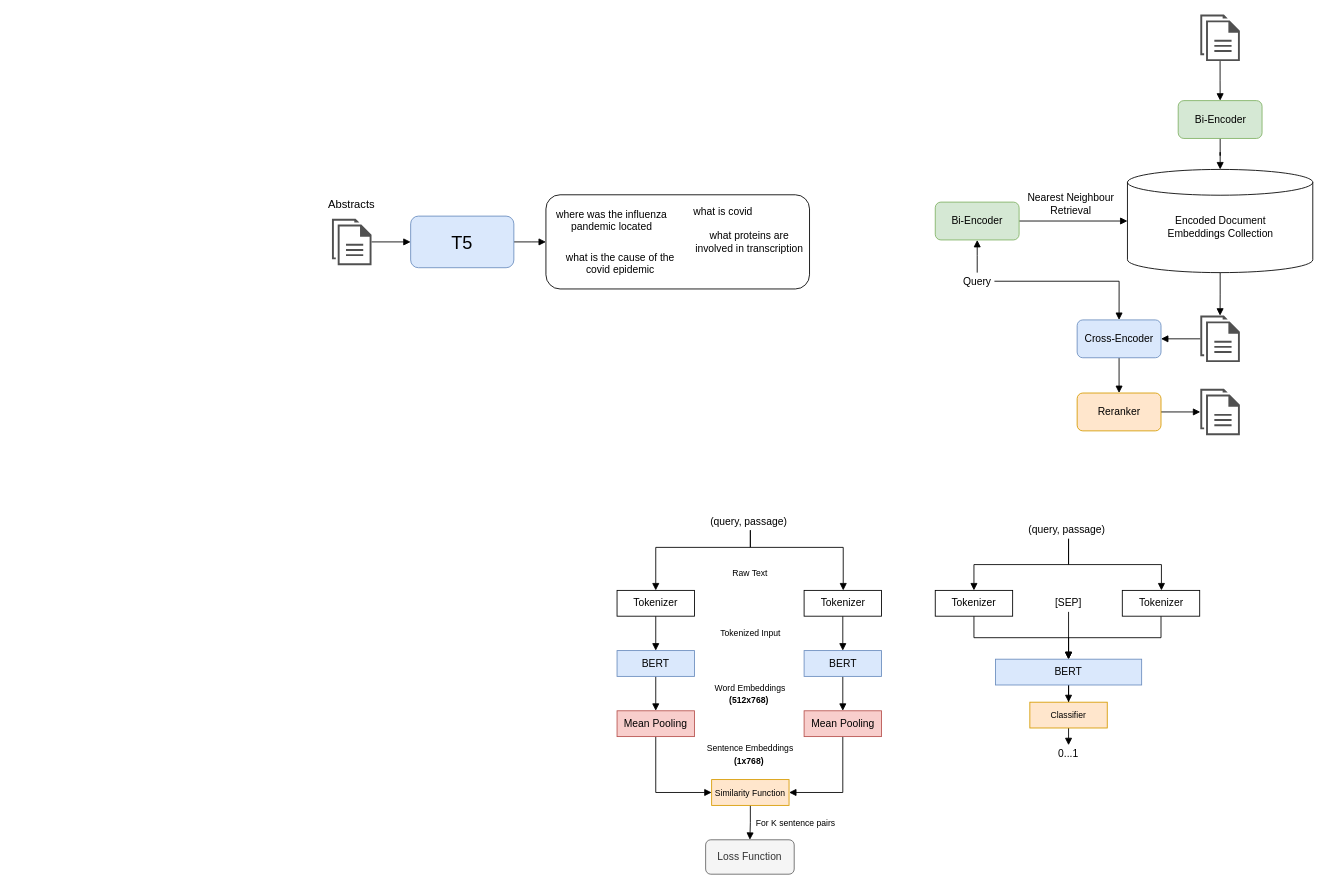
Above: figures/Model.drawio in thatsnoi/CovidSearch (draw.io), before the change. Source tidied: cells renumbered, new cells numbered last; positions are measured from the earlier drawing's top-left corner, leaving out a move shared by most shapes. Both pictures are drawn from the tidied source at 86%, with x=0, y=0 at pixel (324, 14).
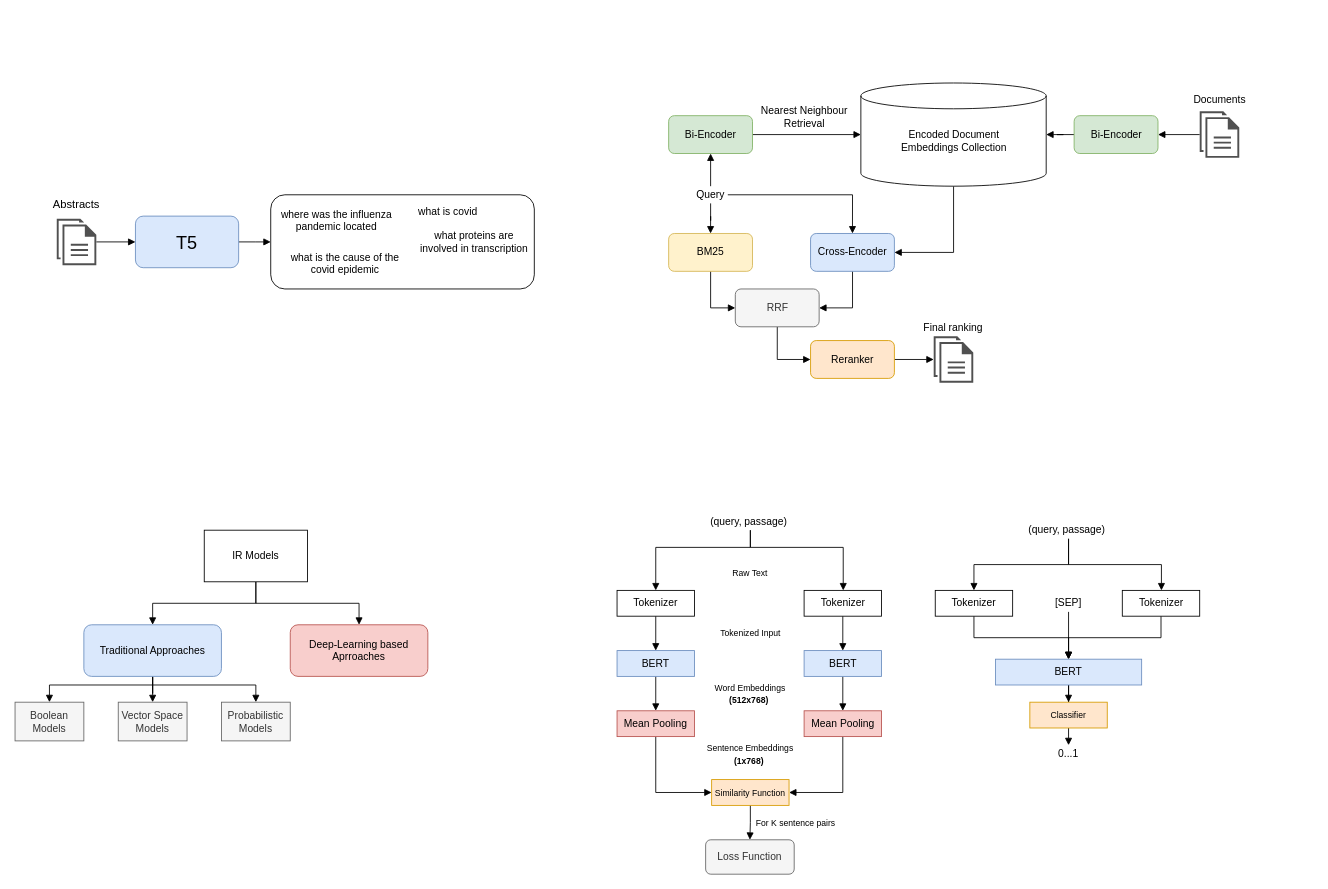
After the change.

Diff of the diagram source:
```diff
@@
     <mxCell id="3" value="&lt;font style=&quot;font-size: 21px&quot;&gt;T5&lt;/font&gt;" style="rounded=1;whiteSpace=wrap;html=1;fillColor=#dae8fc;strokeColor=#6c8ebf;" parent="1" vertex="1">
-      <mxGeometry x="100" y="234.8" width="120" height="60" as="geometry" />
+      <mxGeometry x="-220" y="234.8" width="120" height="60" as="geometry" />
     </mxCell>
@@
     <mxCell id="5" style="shadow=0;dashed=0;html=1;strokeColor=none;fillColor=#505050;labelPosition=center;verticalLabelPosition=bottom;verticalAlign=top;outlineConnect=0;align=center;shape=mxgraph.office.concepts.documents;" parent="1" vertex="1">
-      <mxGeometry x="8.5" y="237.8" width="46" height="54" as="geometry" />
+      <mxGeometry x="-311.5" y="237.8" width="46" height="54" as="geometry" />
     </mxCell>
     <mxCell id="6" value="&lt;font style=&quot;font-size: 13px&quot;&gt;Abstracts&lt;/font&gt;" style="text;html=1;strokeColor=none;fillColor=none;align=center;verticalAlign=middle;whiteSpace=wrap;rounded=0;" parent="1" vertex="1">
-      <mxGeometry y="210.5" width="63" height="20" as="geometry" />
+      <mxGeometry x="-320" y="210.5" width="63" height="20" as="geometry" />
     </mxCell>
@@
     <mxCell id="8" value="Bi-Encoder" style="rounded=1;whiteSpace=wrap;html=1;align=center;fillColor=#d5e8d4;strokeColor=#82b366;" parent="1" vertex="1">
-      <mxGeometry x="992.5" y="100.5" width="97.5" height="44" as="geometry" />
+      <mxGeometry x="871.5" y="118" width="97.5" height="44" as="geometry" />
     </mxCell>
@@
     <mxCell id="10" style="shadow=0;dashed=0;html=1;strokeColor=none;fillColor=#505050;labelPosition=center;verticalLabelPosition=bottom;verticalAlign=top;outlineConnect=0;align=center;shape=mxgraph.office.concepts.documents;" parent="1" vertex="1">
-      <mxGeometry x="1018.2" y="0.5" width="46" height="54" as="geometry" />
+      <mxGeometry x="1017.5" y="113" width="46" height="54" as="geometry" />
     </mxCell>
-    <mxCell id="11" style="edgeStyle=orthogonalEdgeStyle;rounded=0;jettySize=auto;html=1;endArrow=block;endFill=1;" parent="1" edge="1" source="12" target="20">
-      <mxGeometry relative="1" as="geometry" />
-    </mxCell>
+    <mxCell id="70" style="edgeStyle=orthogonalEdgeStyle;rounded=0;jettySize=auto;html=1;entryX=1;entryY=0.5;entryDx=0;entryDy=0;endArrow=block;endFill=1;" parent="1" edge="1" source="12" target="22">
+      <mxGeometry relative="1" as="geometry" />
+    </mxCell>
     <mxCell id="12" style="shape=cylinder3;whiteSpace=wrap;html=1;boundedLbl=1;backgroundOutline=1;size=15;align=left;" parent="1" vertex="1">
-      <mxGeometry x="933.5" y="180.5" width="215.5" height="120" as="geometry" />
+      <mxGeometry x="623.5" y="80" width="215.5" height="120" as="geometry" />
     </mxCell>
     <mxCell id="13" value="Encoded Document Embeddings Collection" style="text;html=1;strokeColor=none;fillColor=none;align=center;verticalAlign=middle;whiteSpace=wrap;rounded=0;" parent="1" vertex="1">
-      <mxGeometry x="972.5" y="225.5" width="137.5" height="45" as="geometry" />
+      <mxGeometry x="662.5" y="125" width="137.5" height="45" as="geometry" />
     </mxCell>
     <mxCell id="14" style="edgeStyle=orthogonalEdgeStyle;rounded=0;jettySize=auto;html=1;entryX=0.5;entryY=0;entryDx=0;entryDy=0;endArrow=block;endFill=1;" parent="1" edge="1" source="16" target="22">
       <mxGeometry relative="1" as="geometry">
         <Array as="points">
-          <mxPoint x="758.8" y="310.5" />
-          <mxPoint x="923.8" y="310.5" />
+          <mxPoint x="448.8" y="210" />
+          <mxPoint x="613.8" y="210" />
         </Array>
       </mxGeometry>
     </mxCell>
@@
+    <mxCell id="71" style="edgeStyle=orthogonalEdgeStyle;rounded=0;jettySize=auto;html=1;entryX=0.5;entryY=0;entryDx=0;entryDy=0;endArrow=block;endFill=1;" parent="1" edge="1" source="16" target="85">
+      <mxGeometry relative="1" as="geometry" />
+    </mxCell>
     <mxCell id="16" value="Query" style="text;html=1;strokeColor=none;fillColor=none;align=center;verticalAlign=middle;whiteSpace=wrap;rounded=0;" parent="1" vertex="1">
-      <mxGeometry x="738.8" y="300.5" width="40" height="20" as="geometry" />
+      <mxGeometry x="428.8" y="200" width="40" height="20" as="geometry" />
     </mxCell>
@@
     <mxCell id="18" value="Bi-Encoder" style="rounded=1;whiteSpace=wrap;html=1;align=center;fillColor=#d5e8d4;strokeColor=#82b366;" parent="1" vertex="1">
-      <mxGeometry x="710" y="218.5" width="97.5" height="44" as="geometry" />
+      <mxGeometry x="400" y="118" width="97.5" height="44" as="geometry" />
     </mxCell>
-    <mxCell id="19" style="edgeStyle=orthogonalEdgeStyle;rounded=0;jettySize=auto;html=1;entryX=1;entryY=0.5;entryDx=0;entryDy=0;endArrow=block;endFill=1;" parent="1" edge="1" source="20" target="22">
-      <mxGeometry relative="1" as="geometry" />
-    </mxCell>
-    <mxCell id="20" style="shadow=0;dashed=0;html=1;strokeColor=none;fillColor=#505050;labelPosition=center;verticalLabelPosition=bottom;verticalAlign=top;outlineConnect=0;align=center;shape=mxgraph.office.concepts.documents;" parent="1" vertex="1">
-      <mxGeometry x="1018.2" y="350.5" width="46" height="54" as="geometry" />
-    </mxCell>
-    <mxCell id="21" style="edgeStyle=orthogonalEdgeStyle;rounded=0;jettySize=auto;html=1;endArrow=block;endFill=1;" parent="1" edge="1" source="22" target="25">
-      <mxGeometry relative="1" as="geometry" />
-    </mxCell>
+    <mxCell id="72" style="edgeStyle=orthogonalEdgeStyle;rounded=0;jettySize=auto;html=1;entryX=1;entryY=0.5;entryDx=0;entryDy=0;endArrow=block;endFill=1;" parent="1" edge="1" source="22" target="87">
+      <mxGeometry relative="1" as="geometry" />
+    </mxCell>
     <mxCell id="22" value="Cross-Encoder" style="rounded=1;whiteSpace=wrap;html=1;align=center;fillColor=#dae8fc;strokeColor=#6c8ebf;" parent="1" vertex="1">
-      <mxGeometry x="875" y="355.5" width="97.5" height="44" as="geometry" />
+      <mxGeometry x="565" y="255" width="97.5" height="44" as="geometry" />
     </mxCell>
     <mxCell id="23" value="Nearest Neighbour Retrieval" style="text;html=1;strokeColor=none;fillColor=none;align=center;verticalAlign=middle;whiteSpace=wrap;rounded=0;" parent="1" vertex="1">
-      <mxGeometry x="807.5" y="200.5" width="120" height="40" as="geometry" />
+      <mxGeometry x="497.5" y="100" width="120" height="40" as="geometry" />
     </mxCell>
@@
     <mxCell id="25" value="Reranker" style="rounded=1;whiteSpace=wrap;html=1;align=center;fillColor=#ffe6cc;strokeColor=#d79b00;" parent="1" vertex="1">
-      <mxGeometry x="875" y="440.5" width="97.5" height="44" as="geometry" />
+      <mxGeometry x="565" y="379.5" width="97.5" height="44" as="geometry" />
     </mxCell>
     <mxCell id="26" style="shadow=0;dashed=0;html=1;strokeColor=none;fillColor=#505050;labelPosition=center;verticalLabelPosition=bottom;verticalAlign=top;outlineConnect=0;align=center;shape=mxgraph.office.concepts.documents;" parent="1" vertex="1">
-      <mxGeometry x="1018.2" y="435.5" width="46" height="54" as="geometry" />
+      <mxGeometry x="708.2" y="374.5" width="46" height="54" as="geometry" />
     </mxCell>
@@
     <mxCell id="64" style="group;" parent="1" vertex="1">
-      <mxGeometry x="248.5" y="210" width="315.2" height="109.5" as="geometry" />
+      <mxGeometry x="-71.5" y="210" width="315.2" height="109.5" as="geometry" />
     </mxCell>
@@
+    <mxCell id="73" style="edgeStyle=orthogonalEdgeStyle;rounded=0;jettySize=auto;html=1;entryX=0.5;entryY=0;entryDx=0;entryDy=0;endArrow=block;endFill=1;" parent="1" edge="1" source="75" target="79">
+      <mxGeometry relative="1" as="geometry" />
+    </mxCell>
+    <mxCell id="74" style="edgeStyle=orthogonalEdgeStyle;rounded=0;jettySize=auto;html=1;entryX=0.5;entryY=0;entryDx=0;entryDy=0;endArrow=block;endFill=1;" parent="1" edge="1" source="75" target="80">
+      <mxGeometry relative="1" as="geometry" />
+    </mxCell>
+    <mxCell id="75" value="IR Models" style="rounded=0;whiteSpace=wrap;html=1;align=center;" parent="1" vertex="1">
+      <mxGeometry x="-140" y="600" width="120" height="60" as="geometry" />
+    </mxCell>
+    <mxCell id="76" style="edgeStyle=orthogonalEdgeStyle;rounded=0;jettySize=auto;html=1;endArrow=block;endFill=1;" parent="1" edge="1" source="79" target="81">
+      <mxGeometry relative="1" as="geometry">
+        <Array as="points">
+          <mxPoint x="-200" y="780" />
+          <mxPoint x="-320" y="780" />
+        </Array>
+      </mxGeometry>
+    </mxCell>
+    <mxCell id="77" style="edgeStyle=orthogonalEdgeStyle;rounded=0;jettySize=auto;html=1;endArrow=block;endFill=1;" parent="1" edge="1" source="79" target="82">
+      <mxGeometry relative="1" as="geometry" />
+    </mxCell>
+    <mxCell id="78" style="edgeStyle=orthogonalEdgeStyle;rounded=0;jettySize=auto;html=1;endArrow=block;endFill=1;" parent="1" edge="1" source="79" target="83">
+      <mxGeometry relative="1" as="geometry">
+        <Array as="points">
+          <mxPoint x="-200" y="780" />
+          <mxPoint x="-80" y="780" />
+        </Array>
+      </mxGeometry>
+    </mxCell>
+    <mxCell id="79" value="Traditional Approaches" style="rounded=1;whiteSpace=wrap;html=1;align=center;fillColor=#dae8fc;strokeColor=#6c8ebf;" parent="1" vertex="1">
+      <mxGeometry x="-280" y="710" width="160" height="60" as="geometry" />
+    </mxCell>
+    <mxCell id="80" value="Deep-Learning based Aprroaches" style="rounded=1;whiteSpace=wrap;html=1;align=center;fillColor=#f8cecc;strokeColor=#b85450;" parent="1" vertex="1">
+      <mxGeometry x="-40" y="710" width="160" height="60" as="geometry" />
+    </mxCell>
+    <mxCell id="81" value="Boolean Models" style="rounded=0;whiteSpace=wrap;html=1;align=center;fillColor=#f5f5f5;strokeColor=#666666;fontColor=#333333;" parent="1" vertex="1">
+      <mxGeometry x="-360" y="800" width="80" height="45" as="geometry" />
+    </mxCell>
+    <mxCell id="82" value="Vector Space Models" style="rounded=0;whiteSpace=wrap;html=1;align=center;fillColor=#f5f5f5;strokeColor=#666666;fontColor=#333333;" parent="1" vertex="1">
+      <mxGeometry x="-240" y="800" width="80" height="45" as="geometry" />
+    </mxCell>
+    <mxCell id="83" value="Probabilistic Models" style="rounded=0;whiteSpace=wrap;html=1;align=center;fillColor=#f5f5f5;strokeColor=#666666;fontColor=#333333;" parent="1" vertex="1">
+      <mxGeometry x="-120" y="800" width="80" height="45" as="geometry" />
+    </mxCell>
+    <mxCell id="84" style="edgeStyle=orthogonalEdgeStyle;rounded=0;jettySize=auto;html=1;entryX=0;entryY=0.5;entryDx=0;entryDy=0;endArrow=block;endFill=1;" parent="1" edge="1" source="85" target="87">
+      <mxGeometry relative="1" as="geometry" />
+    </mxCell>
+    <mxCell id="85" value="BM25" style="rounded=1;whiteSpace=wrap;html=1;align=center;fillColor=#fff2cc;strokeColor=#d6b656;" parent="1" vertex="1">
+      <mxGeometry x="400" y="255" width="97.5" height="44" as="geometry" />
+    </mxCell>
+    <mxCell id="86" style="edgeStyle=orthogonalEdgeStyle;rounded=0;jettySize=auto;html=1;entryX=0;entryY=0.5;entryDx=0;entryDy=0;endArrow=block;endFill=1;" parent="1" edge="1" source="87" target="25">
+      <mxGeometry relative="1" as="geometry" />
+    </mxCell>
+    <mxCell id="87" value="RRF" style="rounded=1;whiteSpace=wrap;html=1;align=center;fillColor=#f5f5f5;strokeColor=#666666;fontColor=#333333;" parent="1" vertex="1">
+      <mxGeometry x="477.5" y="319.5" width="97.5" height="44" as="geometry" />
+    </mxCell>
+    <mxCell id="88" value="Documents" style="text;html=1;strokeColor=none;fillColor=none;align=center;verticalAlign=middle;whiteSpace=wrap;rounded=0;" parent="1" vertex="1">
+      <mxGeometry x="1020.5" y="90" width="40" height="20" as="geometry" />
+    </mxCell>
+    <mxCell id="89" value="Final ranking" style="text;html=1;strokeColor=none;fillColor=none;align=center;verticalAlign=middle;whiteSpace=wrap;rounded=0;" parent="1" vertex="1">
+      <mxGeometry x="691.2" y="354.5" width="80" height="20" as="geometry" />
+    </mxCell>
```
